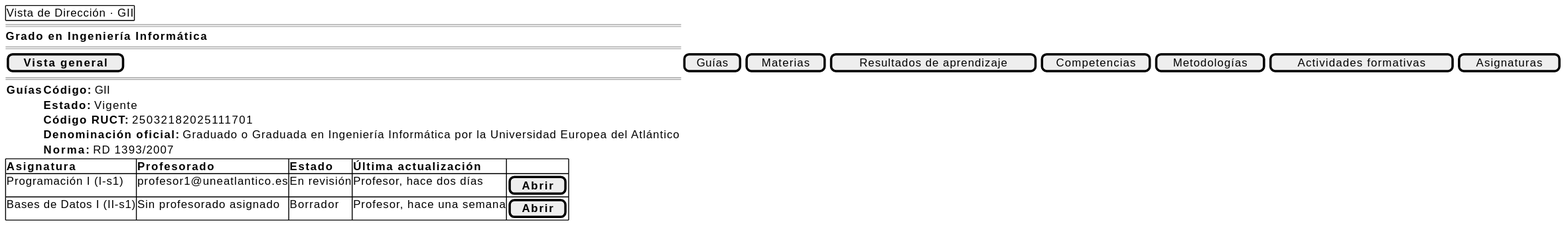
This is images/RUP/01-requisitos/03-detalle-casos-uso/abrirPrograma/wireframe-porDirectorPrograma.svg from mmasias/pyCeldaPublico, a PlantUML export, as it was before one commit.
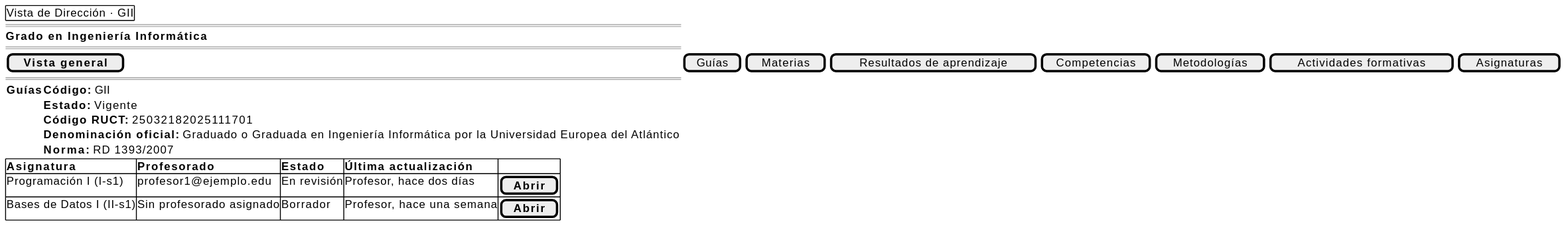
The same file after the commit.

The edit, as a diff of the source:
```diff
@@ -15,7 +15,7 @@
     }
     {#
         <b>Asignatura | <b>Profesorado | <b>Estado | <b>Última actualización | .
-        Programación I (I-s1) | profesor1@uneatlantico.es | En revisión | Profesor, hace dos días | [ <b>Abrir</b> ]
+        Programación I (I-s1) | profesor1@ejemplo.edu | En revisión | Profesor, hace dos días | [ <b>Abrir</b> ]
         Bases de Datos I (II-s1) | Sin profesorado asignado | Borrador | Profesor, hace una semana | [ <b>Abrir</b> ]
     }
 }
```
